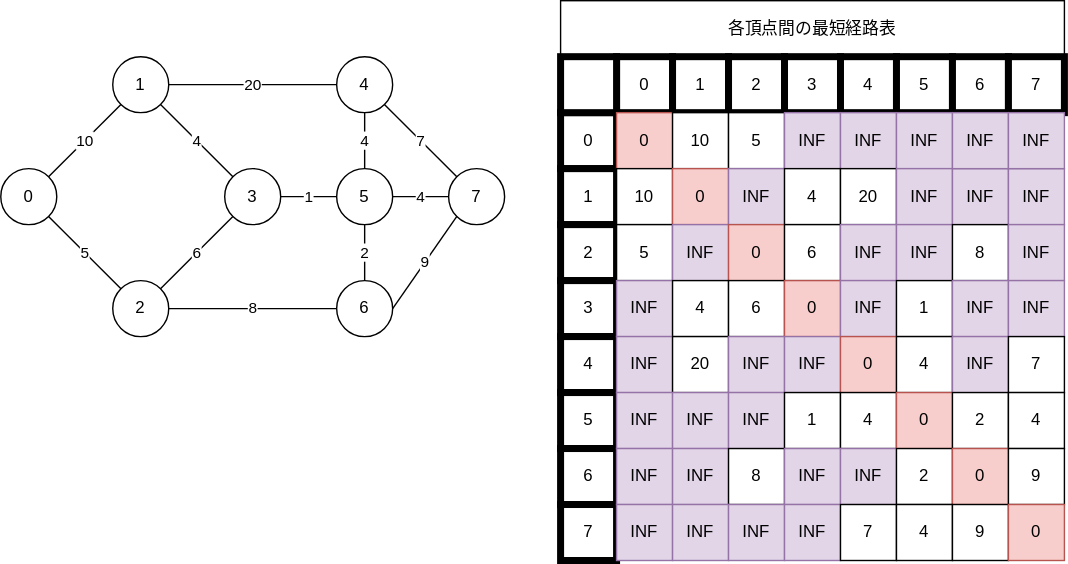
This is static/img/svg/Algorithm/warshall-floyd/warshall-floyd-2.drawio.svg from koseki2580/study-docs, a draw.io export, as it was before one commit. Source tidied: cells renumbered, new cells last; positions are measured from the earlier drawing's top-left corner, leaving out a move shared by most shapes.
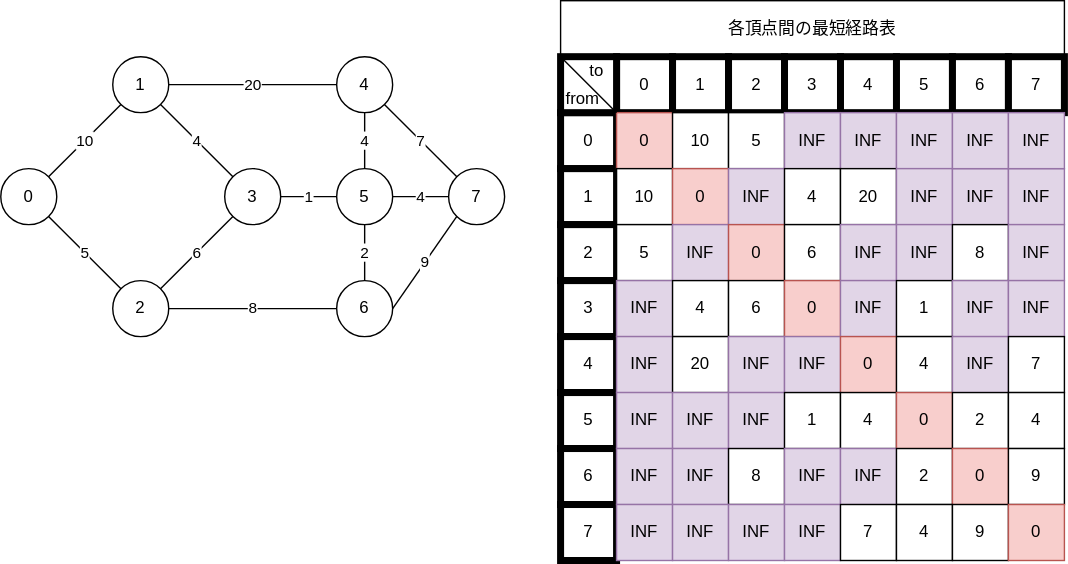
After the commit.

Change to the diagram source:
```diff
@@ -308,5 +308,14 @@
     <mxCell id="103" value="&lt;meta charset=&quot;utf-8&quot;&gt;&lt;span style=&quot;color: rgb(0, 0, 0); font-family: helvetica; font-size: 12px; font-style: normal; font-weight: 400; letter-spacing: normal; text-align: center; text-indent: 0px; text-transform: none; word-spacing: 0px; display: inline; float: none;&quot;&gt;INF&lt;/span&gt;" style="rounded=0;whiteSpace=wrap;html=1;fillColor=#e1d5e7;strokeColor=#9673a6;labelBackgroundColor=none;" parent="1" vertex="1">
       <mxGeometry x="720" y="80" width="40" height="40" as="geometry" />
     </mxCell>
+    <mxCell id="104" style="endArrow=none;html=1;entryX=0;entryY=0;entryDx=0;entryDy=0;exitX=1;exitY=1;exitDx=0;exitDy=0;" parent="1" edge="1" source="32" target="32">
+      <mxGeometry relative="1" as="geometry" />
+    </mxCell>
+    <mxCell id="105" value="from" style="text;html=1;strokeColor=none;fillColor=none;align=center;verticalAlign=middle;whiteSpace=wrap;rounded=0;" parent="1" vertex="1">
+      <mxGeometry x="396" y="60" width="40" height="20" as="geometry" />
+    </mxCell>
+    <mxCell id="106" value="to" style="text;html=1;strokeColor=none;fillColor=none;align=center;verticalAlign=middle;whiteSpace=wrap;rounded=0;" parent="1" vertex="1">
+      <mxGeometry x="406" y="40" width="40" height="20" as="geometry" />
+    </mxCell>
   </root>
 </mxGraphModel>
```
